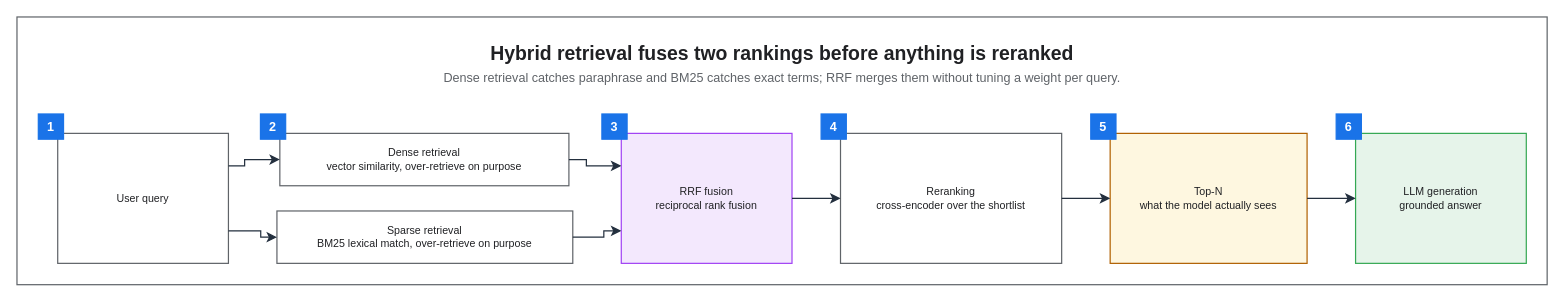
The draw.io diagram assets/img/ai/rag-04-hybrid-rerank.drawio in KKamJi98/kkamji98.github.io, before the edit. Source tidied: cells renumbered, new cells numbered last; positions are measured from the earlier drawing's top-left corner, leaving out a move shared by most shapes. Both pictures are drawn from the tidied source at 97%, with x=0, y=0 at pixel (16, 16).
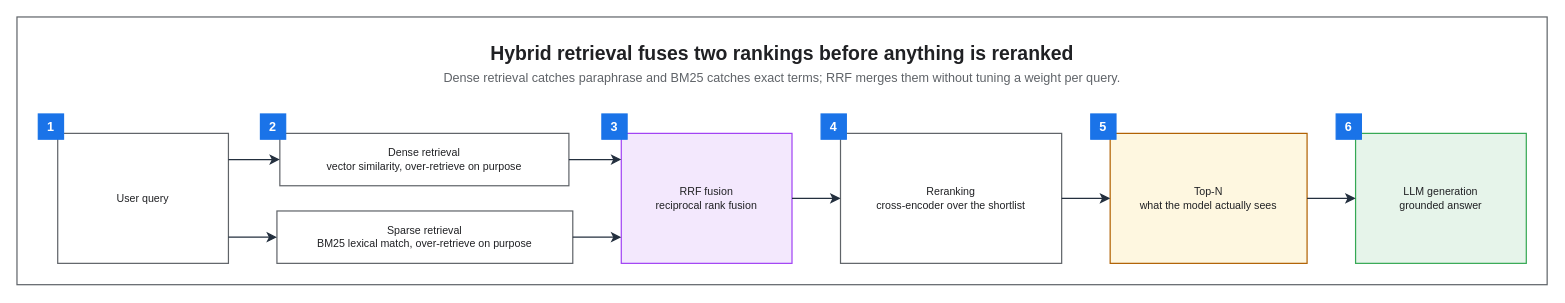
The same page after the edit.

The change refers to these unchanged cells:
```xml
<mxCell id="5" value="User query" style="rounded=0;whiteSpace=wrap;html=0;fillColor=#FFFFFF;strokeColor=#5F6368;fontColor=#202124;fontSize=11;fontStyle=0;align=center;verticalAlign=middle;spacingLeft=6;spacingRight=6;strokeWidth=1.25;" parent="1" vertex="1">
  <mxGeometry x="42" y="120" width="176" height="134" as="geometry" />
</mxCell>
<mxCell id="6" value="Dense retrieval&#10;vector similarity, over-retrieve on purpose" style="rounded=0;whiteSpace=wrap;html=0;fillColor=#FFFFFF;strokeColor=#5F6368;fontColor=#202124;fontSize=11;fontStyle=0;align=center;verticalAlign=middle;spacingLeft=6;spacingRight=6;strokeWidth=1.25;" parent="1" vertex="1">
  <mxGeometry x="271" y="120" width="298" height="54" as="geometry" />
</mxCell>
<mxCell id="7" value="Sparse retrieval&#10;BM25 lexical match, over-retrieve on purpose" style="rounded=0;whiteSpace=wrap;html=0;fillColor=#FFFFFF;strokeColor=#5F6368;fontColor=#202124;fontSize=11;fontStyle=0;align=center;verticalAlign=middle;spacingLeft=6;spacingRight=6;strokeWidth=1.25;" parent="1" vertex="1">
  <mxGeometry x="268" y="200" width="305" height="54" as="geometry" />
</mxCell>
<mxCell id="8" value="RRF fusion&#10;reciprocal rank fusion" style="rounded=0;whiteSpace=wrap;html=0;fillColor=#F3E8FD;strokeColor=#A142F4;fontColor=#202124;fontSize=11;fontStyle=0;align=center;verticalAlign=middle;spacingLeft=6;spacingRight=6;strokeWidth=1.25;" parent="1" vertex="1">
  <mxGeometry x="623" y="120" width="176" height="134" as="geometry" />
</mxCell>
```

The edit, as a diff of the source:
```diff
@@
-    <mxCell id="18" style="edgeStyle=orthogonalEdgeStyle;rounded=0;html=0;strokeColor=#232F3E;strokeWidth=1.25;endArrow=classic;endFill=1;endSize=7;fontSize=11;fontColor=#202124;labelBackgroundColor=none;jettySize=14;exitX=1;exitY=0.25;entryX=0;entryY=0.5;exitDx=0;exitDy=0;entryDx=0;entryDy=0;" parent="1" edge="1" source="5" target="6">
-      <mxGeometry relative="1" as="geometry">
-        <Array as="points">
-          <mxPoint x="234.7" y="153.5" />
-          <mxPoint x="234.7" y="147" />
-        </Array>
-      </mxGeometry>
+    <mxCell id="18" style="edgeStyle=orthogonalEdgeStyle;rounded=0;html=0;strokeColor=#232F3E;strokeWidth=1.25;endArrow=classic;endFill=1;endSize=7;fontSize=11;fontColor=#202124;labelBackgroundColor=none;jettySize=14;exitX=1;exitY=0.2015;entryX=0;entryY=0.5;exitDx=0;exitDy=0;entryDx=0;entryDy=0;" parent="1" edge="1" source="5" target="6">
+      <mxGeometry relative="1" as="geometry" />
     </mxCell>
-    <mxCell id="19" style="edgeStyle=orthogonalEdgeStyle;rounded=0;html=0;strokeColor=#232F3E;strokeWidth=1.25;endArrow=classic;endFill=1;endSize=7;fontSize=11;fontColor=#202124;labelBackgroundColor=none;jettySize=14;exitX=1;exitY=0.75;entryX=0;entryY=0.5;exitDx=0;exitDy=0;entryDx=0;entryDy=0;" parent="1" edge="1" source="5" target="7">
-      <mxGeometry relative="1" as="geometry">
-        <Array as="points">
-          <mxPoint x="251.3" y="220.5" />
-          <mxPoint x="251.3" y="227" />
-        </Array>
-      </mxGeometry>
+    <mxCell id="19" style="edgeStyle=orthogonalEdgeStyle;rounded=0;html=0;strokeColor=#232F3E;strokeWidth=1.25;endArrow=classic;endFill=1;endSize=7;fontSize=11;fontColor=#202124;labelBackgroundColor=none;jettySize=14;exitX=1;exitY=0.7985;entryX=0;entryY=0.5;exitDx=0;exitDy=0;entryDx=0;entryDy=0;" parent="1" edge="1" source="5" target="7">
+      <mxGeometry relative="1" as="geometry" />
     </mxCell>
-    <mxCell id="20" style="edgeStyle=orthogonalEdgeStyle;rounded=0;html=0;strokeColor=#232F3E;strokeWidth=1.25;endArrow=classic;endFill=1;endSize=7;fontSize=11;fontColor=#202124;labelBackgroundColor=none;jettySize=14;exitX=1;exitY=0.5;entryX=0;entryY=0.25;exitDx=0;exitDy=0;entryDx=0;entryDy=0;" parent="1" edge="1" source="6" target="8">
-      <mxGeometry relative="1" as="geometry">
-        <Array as="points">
-          <mxPoint x="587" y="147" />
-          <mxPoint x="587" y="153.5" />
-        </Array>
-      </mxGeometry>
+    <mxCell id="20" style="edgeStyle=orthogonalEdgeStyle;rounded=0;html=0;strokeColor=#232F3E;strokeWidth=1.25;endArrow=classic;endFill=1;endSize=7;fontSize=11;fontColor=#202124;labelBackgroundColor=none;jettySize=14;exitX=1;exitY=0.5;entryX=0;entryY=0.2015;exitDx=0;exitDy=0;entryDx=0;entryDy=0;" parent="1" edge="1" source="6" target="8">
+      <mxGeometry relative="1" as="geometry" />
     </mxCell>
-    <mxCell id="21" style="edgeStyle=orthogonalEdgeStyle;rounded=0;html=0;strokeColor=#232F3E;strokeWidth=1.25;endArrow=classic;endFill=1;endSize=7;fontSize=11;fontColor=#202124;labelBackgroundColor=none;jettySize=14;exitX=1;exitY=0.5;entryX=0;entryY=0.75;exitDx=0;exitDy=0;entryDx=0;entryDy=0;" parent="1" edge="1" source="7" target="8">
-      <mxGeometry relative="1" as="geometry">
-        <Array as="points">
-          <mxPoint x="605" y="227" />
-          <mxPoint x="605" y="220.5" />
-        </Array>
-      </mxGeometry>
+    <mxCell id="21" style="edgeStyle=orthogonalEdgeStyle;rounded=0;html=0;strokeColor=#232F3E;strokeWidth=1.25;endArrow=classic;endFill=1;endSize=7;fontSize=11;fontColor=#202124;labelBackgroundColor=none;jettySize=14;exitX=1;exitY=0.5;entryX=0;entryY=0.7985;exitDx=0;exitDy=0;entryDx=0;entryDy=0;" parent="1" edge="1" source="7" target="8">
+      <mxGeometry relative="1" as="geometry" />
     </mxCell>
```
